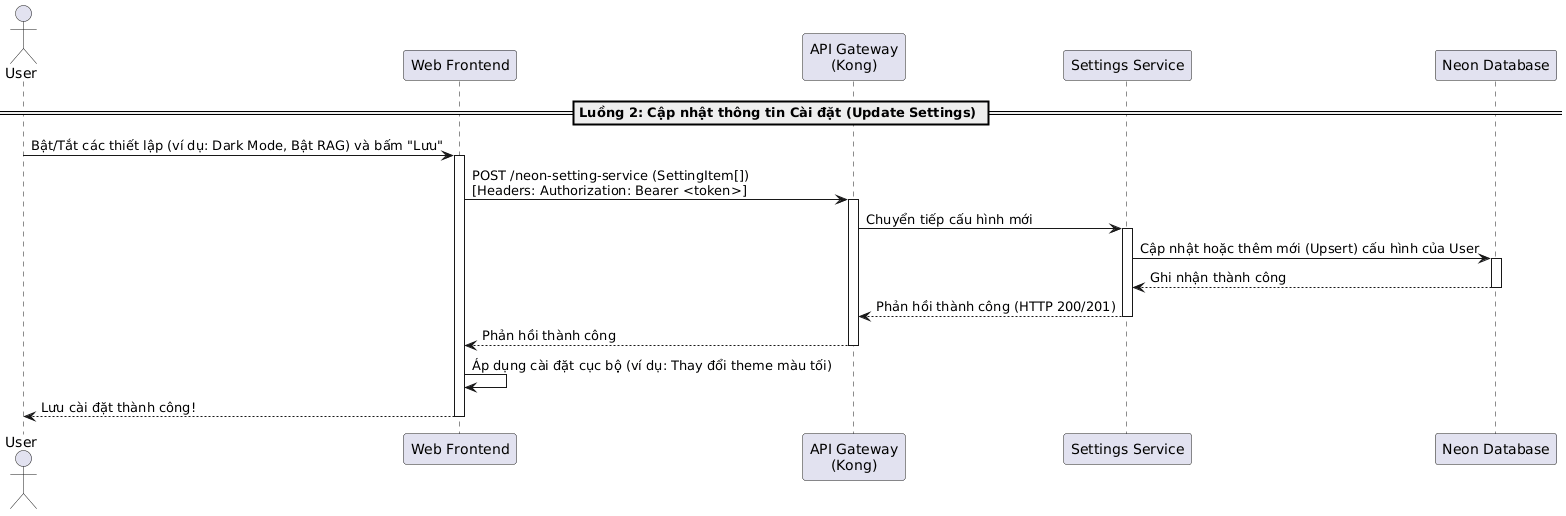
Earlier version of the PlantUML export temp/05-sequence/UML-Sequence-16.png (20206205Tech/docs-uml).
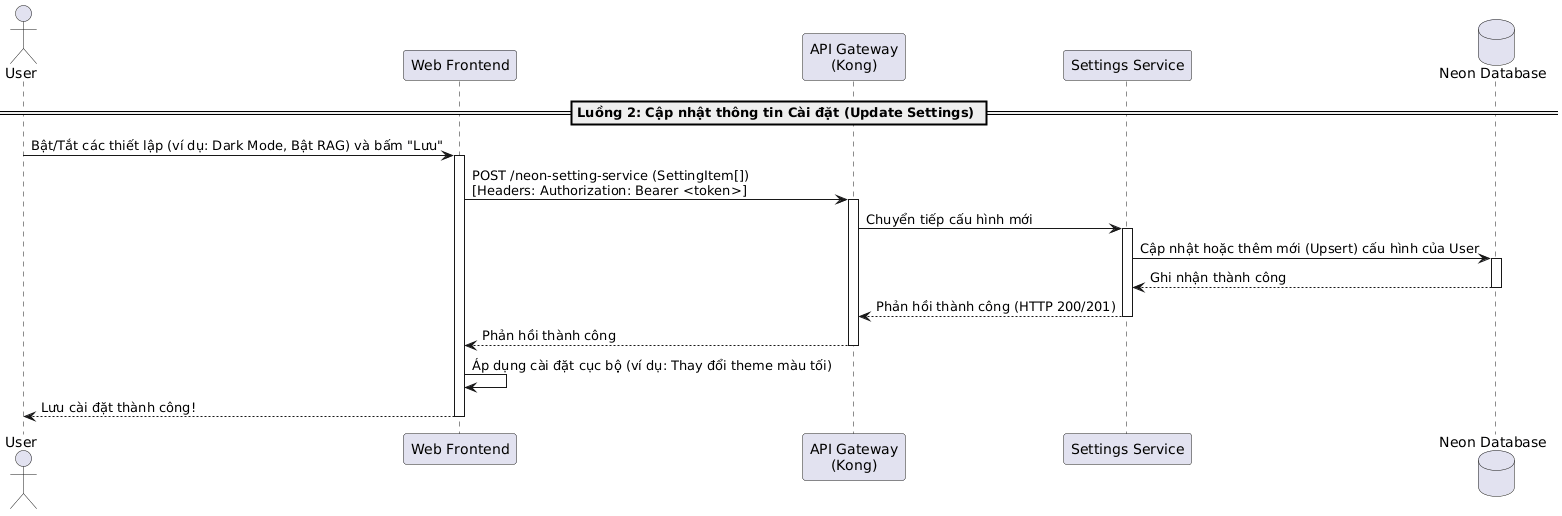
The same diagram one commit later.

Change to the diagram source:
```diff
@@ -3,7 +3,7 @@
 participant "Web Frontend" as Frontend
 participant "API Gateway\n(Kong)" as Kong
 participant "Settings Service" as SettingsService
-participant "Neon Database" as DB
+database "Neon Database" as DB
 
 == Luồng 2: Cập nhật thông tin Cài đặt (Update Settings) ==
 User -> Frontend: Bật/Tắt các thiết lập (ví dụ: Dark Mode, Bật RAG) và bấm "Lưu"
```
